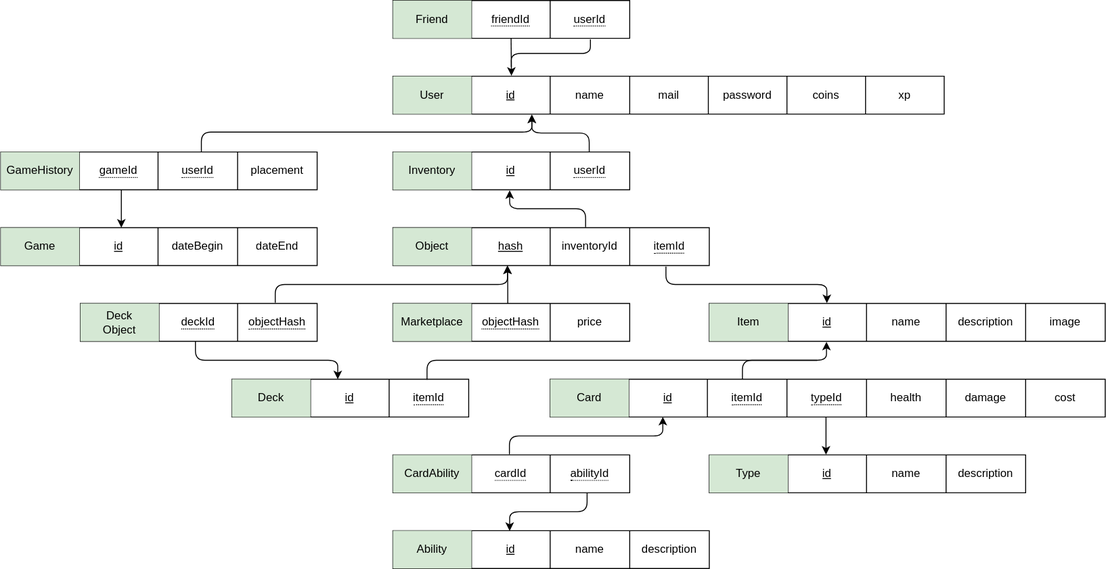
Earlier version of the draw.io export diagrams/database/relation_schema.drawio.svg (i3ene/decksterous). Source tidied: cells renumbered, new cells last; positions are measured from the earlier drawing's top-left corner, leaving out a move shared by most shapes.
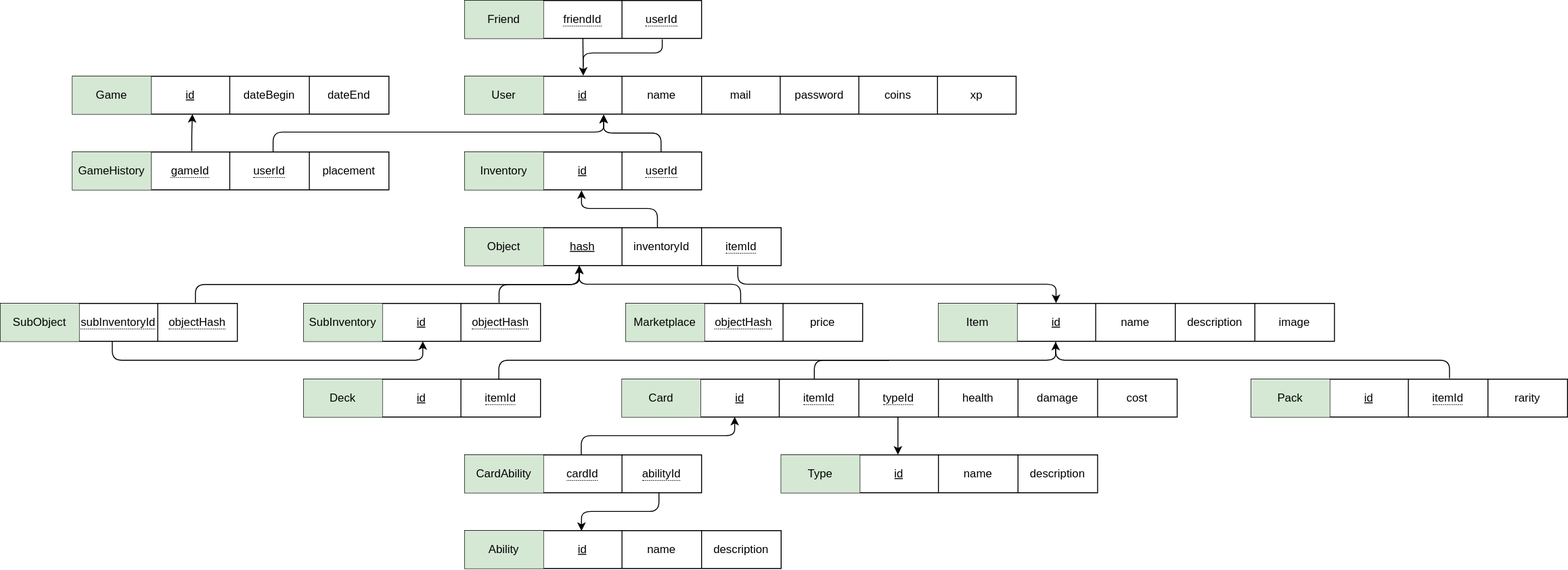
After the change.

Commit message:
updated relational schema

The edit, as a diff of the source:
```diff
@@ -96,7 +96,7 @@
       <mxGeometry relative="1" as="geometry" />
     </mxCell>
     <mxCell id="31" style="shape=table;html=1;whiteSpace=wrap;startSize=0;" parent="1" vertex="1">
-      <mxGeometry x="748" y="320" width="418" height="40" as="geometry" />
+      <mxGeometry x="914" y="320" width="418" height="40" as="geometry" />
     </mxCell>
     <mxCell id="32" style="shape=tableRow;horizontal=0;startSize=0;swimlaneHead=0;swimlaneBody=0;top=0;left=0;bottom=0;right=0;fillColor=none;points=[[0,0.5],[1,0.5]];portConstraint=eastwest;" parent="31" vertex="1">
       <mxGeometry width="418" height="40" as="geometry" />
@@ -178,26 +178,27 @@
       </mxGeometry>
     </mxCell>
     <mxCell id="55" style="shape=table;html=1;whiteSpace=wrap;startSize=0;" parent="1" vertex="1">
-      <mxGeometry x="84" y="320" width="250" height="40" as="geometry" />
+      <mxGeometry x="-76" y="320" width="250" height="40" as="geometry" />
     </mxCell>
     <mxCell id="56" style="shape=tableRow;horizontal=0;startSize=0;swimlaneHead=0;swimlaneBody=0;top=0;left=0;bottom=0;right=0;fillColor=none;points=[[0,0.5],[1,0.5]];portConstraint=eastwest;" parent="55" vertex="1">
       <mxGeometry width="250" height="40" as="geometry" />
     </mxCell>
-    <mxCell id="57" value="Deck&lt;br&gt;Object" style="shape=partialRectangle;html=1;whiteSpace=wrap;fillColor=#d5e8d4;top=0;left=0;bottom=0;right=0;overflow=hidden;strokeColor=#82b366;" parent="56" vertex="1">
+    <mxCell id="57" value="SubObject" style="shape=partialRectangle;html=1;whiteSpace=wrap;fillColor=#d5e8d4;top=0;left=0;bottom=0;right=0;overflow=hidden;strokeColor=#82b366;" parent="56" vertex="1">
       <mxGeometry width="83" height="40" as="geometry" />
     </mxCell>
-    <mxCell id="58" value="&lt;span style=&quot;border-bottom: 1px dotted&quot;&gt;deckId&lt;/span&gt;" style="shape=partialRectangle;html=1;whiteSpace=wrap;fillColor=none;top=0;left=0;bottom=0;right=0;overflow=hidden;" parent="56" vertex="1">
+    <mxCell id="58" value="&lt;span style=&quot;border-bottom: 1px dotted&quot;&gt;subInventoryId&lt;/span&gt;" style="shape=partialRectangle;html=1;whiteSpace=wrap;fillColor=none;top=0;left=0;bottom=0;right=0;overflow=hidden;" parent="56" vertex="1">
       <mxGeometry x="83" width="83" height="40" as="geometry" />
     </mxCell>
     <mxCell id="59" value="&lt;span style=&quot;border-bottom: 1px dotted&quot;&gt;objectHash&lt;/span&gt;" style="shape=partialRectangle;html=1;whiteSpace=wrap;fillColor=none;top=0;left=0;bottom=0;right=0;overflow=hidden;" parent="56" vertex="1">
       <mxGeometry x="166" width="84" height="40" as="geometry" />
     </mxCell>
     <mxCell id="60" style="endArrow=classic;html=1;exitX=0.823;exitY=-0.018;exitDx=0;exitDy=0;exitPerimeter=0;entryX=0.362;entryY=1.002;entryDx=0;entryDy=0;entryPerimeter=0;edgeStyle=elbowEdgeStyle;elbow=vertical;" parent="1" edge="1" source="56" target="25">
-      <mxGeometry relative="1" as="geometry" />
+      <mxGeometry relative="1" as="geometry">
+        <Array as="points">
+          <mxPoint x="334" y="300" />
+        </Array>
+      </mxGeometry>
     </mxCell>
-    <mxCell id="61" style="endArrow=classic;html=1;elbow=vertical;exitX=0.486;exitY=1;exitDx=0;exitDy=0;exitPerimeter=0;entryX=0.447;entryY=0.002;entryDx=0;entryDy=0;entryPerimeter=0;edgeStyle=elbowEdgeStyle;" parent="1" edge="1" source="56" target="50">
-      <mxGeometry relative="1" as="geometry" />
-    </mxCell>
     <mxCell id="62" style="shape=table;html=1;whiteSpace=wrap;startSize=0;" parent="1" vertex="1">
       <mxGeometry x="748" y="480" width="334" height="40" as="geometry" />
     </mxCell>
@@ -259,7 +260,7 @@
       <mxGeometry relative="1" as="geometry" />
     </mxCell>
     <mxCell id="82" style="shape=table;html=1;whiteSpace=wrap;startSize=0;" parent="1" vertex="1">
-      <mxGeometry x="414" y="320" width="250" height="40" as="geometry" />
+      <mxGeometry x="584" y="320" width="250" height="40" as="geometry" />
     </mxCell>
     <mxCell id="83" style="shape=tableRow;horizontal=0;startSize=0;swimlaneHead=0;swimlaneBody=0;top=0;left=0;bottom=0;right=0;fillColor=none;points=[[0,0.5],[1,0.5]];portConstraint=eastwest;" parent="82" vertex="1">
       <mxGeometry width="250" height="40" as="geometry" />
@@ -277,7 +278,7 @@
       <mxGeometry relative="1" as="geometry" />
     </mxCell>
     <mxCell id="88" style="shape=table;html=1;whiteSpace=wrap;startSize=0;" parent="1" vertex="1">
-      <mxGeometry y="240" width="334" height="40" as="geometry" />
+      <mxGeometry y="80" width="334" height="40" as="geometry" />
     </mxCell>
     <mxCell id="89" style="shape=tableRow;horizontal=0;startSize=0;swimlaneHead=0;swimlaneBody=0;top=0;left=0;bottom=0;right=0;fillColor=none;points=[[0,0.5],[1,0.5]];portConstraint=eastwest;" parent="88" vertex="1">
       <mxGeometry width="334" height="40" as="geometry" />
@@ -319,8 +320,62 @@
         </Array>
       </mxGeometry>
     </mxCell>
-    <mxCell id="101" style="endArrow=classic;html=1;entryX=0.381;entryY=-0.002;entryDx=0;entryDy=0;entryPerimeter=0;exitX=0.381;exitY=1.005;exitDx=0;exitDy=0;exitPerimeter=0;edgeStyle=elbowEdgeStyle;elbow=vertical;" parent="1" edge="1" source="95" target="89">
+    <mxCell id="101" style="endArrow=classic;html=1;exitX=0.377;exitY=-0.021;exitDx=0;exitDy=0;exitPerimeter=0;edgeStyle=elbowEdgeStyle;elbow=vertical;entryX=0.379;entryY=0.998;entryDx=0;entryDy=0;entryPerimeter=0;" parent="1" edge="1" source="95" target="89">
       <mxGeometry relative="1" as="geometry" />
     </mxCell>
+    <mxCell id="102" style="shape=table;whiteSpace=wrap;startSize=0;html=1;" parent="1" vertex="1">
+      <mxGeometry x="1244" y="400" width="334" height="40" as="geometry" />
+    </mxCell>
+    <mxCell id="103" style="shape=tableRow;horizontal=0;startSize=0;swimlaneHead=0;swimlaneBody=0;top=0;left=0;bottom=0;right=0;fillColor=none;points=[[0,0.5],[1,0.5]];portConstraint=eastwest;" parent="102" vertex="1">
+      <mxGeometry width="334" height="40" as="geometry" />
+    </mxCell>
+    <mxCell id="104" value="Pack" style="shape=partialRectangle;html=1;whiteSpace=wrap;fillColor=#d5e8d4;top=0;left=0;bottom=0;right=0;overflow=hidden;strokeColor=#82b366;" parent="103" vertex="1">
+      <mxGeometry width="83" height="40" as="geometry" />
+    </mxCell>
+    <mxCell id="105" value="&lt;u&gt;id&lt;/u&gt;" style="shape=partialRectangle;html=1;whiteSpace=wrap;fillColor=none;top=0;left=0;bottom=0;right=0;overflow=hidden;" parent="103" vertex="1">
+      <mxGeometry x="83" width="83" height="40" as="geometry" />
+    </mxCell>
+    <mxCell id="106" value="&lt;span style=&quot;border-bottom: 1px dotted&quot;&gt;itemId&lt;/span&gt;" style="shape=partialRectangle;html=1;whiteSpace=wrap;fillColor=none;top=0;left=0;bottom=0;right=0;overflow=hidden;" parent="103" vertex="1">
+      <mxGeometry x="166" width="84" height="40" as="geometry" />
+    </mxCell>
+    <mxCell id="107" value="rarity" style="shape=partialRectangle;html=1;whiteSpace=wrap;fillColor=none;top=0;left=0;bottom=0;right=0;overflow=hidden;" parent="103" vertex="1">
+      <mxGeometry x="250" width="84" height="40" as="geometry" />
+    </mxCell>
+    <mxCell id="108" style="endArrow=none;html=1;edgeStyle=elbowEdgeStyle;elbow=vertical;endFill=0;exitX=0.627;exitY=-0.024;exitDx=0;exitDy=0;exitPerimeter=0;entryX=0.296;entryY=1.018;entryDx=0;entryDy=0;entryPerimeter=0;" parent="1" edge="1" source="103" target="32">
+      <mxGeometry relative="1" as="geometry">
+        <Array as="points">
+          <mxPoint x="1054" y="380" />
+        </Array>
+      </mxGeometry>
+    </mxCell>
+    <mxCell id="109" style="shape=table;html=1;whiteSpace=wrap;startSize=0;" parent="1" vertex="1">
+      <mxGeometry x="244" y="320" width="250" height="40" as="geometry" />
+    </mxCell>
+    <mxCell id="110" style="shape=tableRow;horizontal=0;startSize=0;swimlaneHead=0;swimlaneBody=0;top=0;left=0;bottom=0;right=0;fillColor=none;points=[[0,0.5],[1,0.5]];portConstraint=eastwest;" parent="109" vertex="1">
+      <mxGeometry width="250" height="40" as="geometry" />
+    </mxCell>
+    <mxCell id="111" value="SubInventory" style="shape=partialRectangle;html=1;whiteSpace=wrap;fillColor=#d5e8d4;top=0;left=0;bottom=0;right=0;overflow=hidden;strokeColor=#82b366;" parent="110" vertex="1">
+      <mxGeometry width="83" height="40" as="geometry" />
+    </mxCell>
+    <mxCell id="112" value="&lt;u&gt;id&lt;/u&gt;" style="shape=partialRectangle;html=1;whiteSpace=wrap;fillColor=none;top=0;left=0;bottom=0;right=0;overflow=hidden;" parent="110" vertex="1">
+      <mxGeometry x="83" width="83" height="40" as="geometry" />
+    </mxCell>
+    <mxCell id="113" value="&lt;span style=&quot;border-bottom: 1px dotted&quot;&gt;objectHash&lt;/span&gt;" style="shape=partialRectangle;html=1;whiteSpace=wrap;fillColor=none;top=0;left=0;bottom=0;right=0;overflow=hidden;" parent="110" vertex="1">
+      <mxGeometry x="166" width="84" height="40" as="geometry" />
+    </mxCell>
+    <mxCell id="114" style="endArrow=none;html=1;exitX=0.825;exitY=-0.019;exitDx=0;exitDy=0;exitPerimeter=0;entryX=0.361;entryY=1.03;entryDx=0;entryDy=0;entryPerimeter=0;edgeStyle=elbowEdgeStyle;elbow=vertical;endFill=0;" parent="1" edge="1" source="110" target="25">
+      <mxGeometry relative="1" as="geometry">
+        <Array as="points">
+          <mxPoint x="494" y="300" />
+        </Array>
+      </mxGeometry>
+    </mxCell>
+    <mxCell id="115" style="endArrow=classic;html=1;exitX=0.472;exitY=0.997;exitDx=0;exitDy=0;exitPerimeter=0;entryX=0.503;entryY=0.997;entryDx=0;entryDy=0;entryPerimeter=0;edgeStyle=elbowEdgeStyle;elbow=vertical;" parent="1" edge="1" source="56" target="110">
+      <mxGeometry relative="1" as="geometry">
+        <Array as="points">
+          <mxPoint x="284" y="380" />
+        </Array>
+      </mxGeometry>
+    </mxCell>
   </root>
 </mxGraphModel>
```
